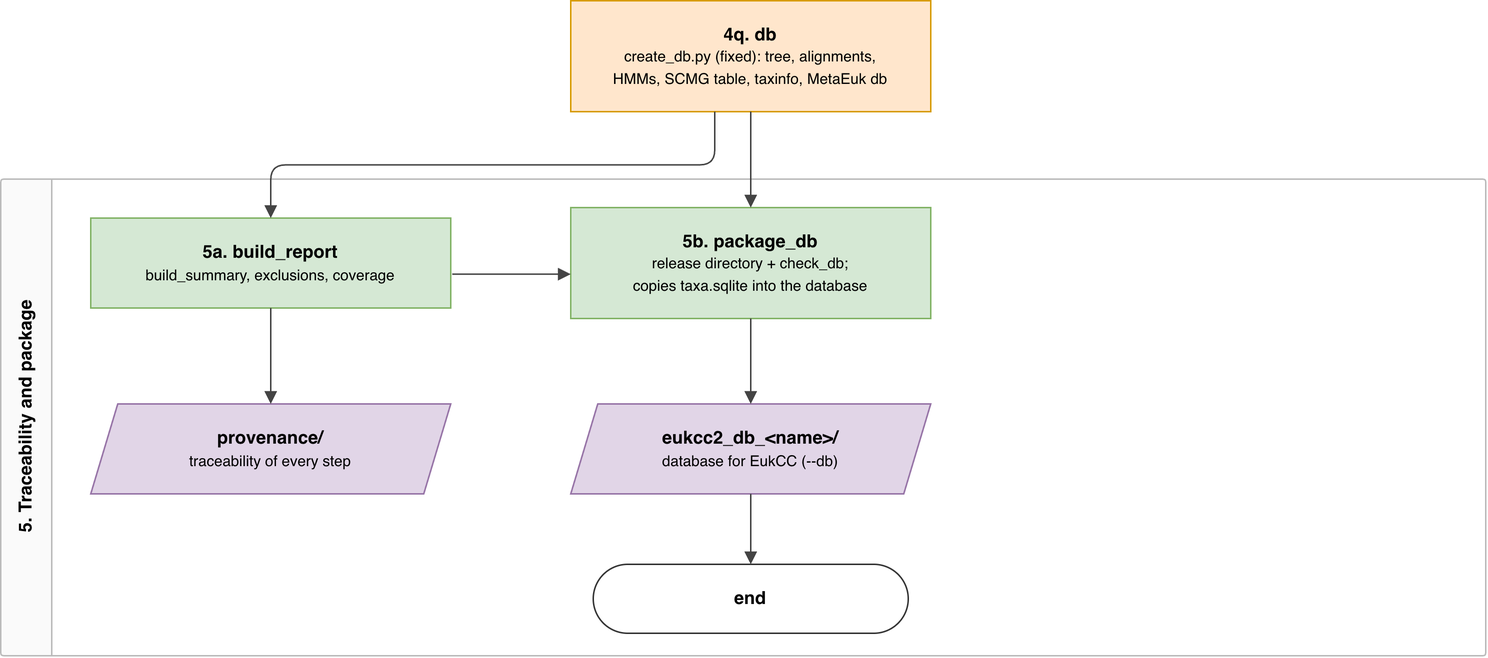
This is assets/step_5.png from EBI-Metagenomics/eukcc_db, a draw.io export, as it was before one commit. Source tidied: cells renumbered, new cells last; positions are measured from the earlier drawing's top-left corner, leaving out a move shared by most shapes. The source it was exported from:
```xml
<mxGraphModel>
  <root>
    <mxCell id="0" />
    <mxCell id="1" parent="0" />
    <mxCell id="2" value="5. Traceability and package" style="swimlane;horizontal=0;html=1;startSize=34;fillColor=#fafafa;strokeColor=#bbbbbb;fontStyle=1;fontSize=12;swimlaneFillColor=none;rounded=1;arcSize=2;" parent="1" vertex="1">
      <mxGeometry y="119" width="990" height="318" as="geometry" />
    </mxCell>
    <mxCell id="3" value="&lt;b&gt;end&lt;/b&gt;" style="rounded=1;arcSize=50;whiteSpace=wrap;html=1;fontSize=12;fillColor=#ffffff;strokeColor=#333333;" parent="2" vertex="1">
      <mxGeometry x="395" y="257" width="210" height="46" as="geometry" />
    </mxCell>
    <mxCell id="4" value="&lt;b&gt;4q. db&lt;/b&gt;&lt;br&gt;&lt;font style=&quot;font-size:10px&quot;&gt;create_db.py (fixed): tree, alignments,&lt;br&gt;HMMs, SCMG table, taxinfo, MetaEuk db&lt;/font&gt;" style="rounded=0;whiteSpace=wrap;html=1;fontSize=12;fillColor=#ffe6cc;strokeColor=#d79b00;" parent="1" vertex="1">
      <mxGeometry x="380" width="240" height="74" as="geometry" />
    </mxCell>
    <mxCell id="5" value="&lt;b&gt;5a. build_report&lt;/b&gt;&lt;br&gt;&lt;font style=&quot;font-size:10px&quot;&gt;build_summary, exclusions, coverage&lt;/font&gt;" style="rounded=0;whiteSpace=wrap;html=1;fontSize=12;fillColor=#d5e8d4;strokeColor=#82b366;" parent="1" vertex="1">
      <mxGeometry x="60" y="145" width="240" height="60" as="geometry" />
    </mxCell>
    <mxCell id="6" value="&lt;b&gt;5b. package_db&lt;/b&gt;&lt;br&gt;&lt;font style=&quot;font-size:10px&quot;&gt;release directory + check_db;&lt;br&gt;copies taxa.sqlite into the database&lt;/font&gt;" style="rounded=0;whiteSpace=wrap;html=1;fontSize=12;fillColor=#d5e8d4;strokeColor=#82b366;" parent="1" vertex="1">
      <mxGeometry x="380" y="138" width="240" height="74" as="geometry" />
    </mxCell>
    <mxCell id="7" value="&lt;b&gt;provenance/&lt;/b&gt;&lt;br&gt;&lt;font style=&quot;font-size:10px&quot;&gt;traceability of every step&lt;/font&gt;" style="shape=parallelogram;perimeter=parallelogramPerimeter;whiteSpace=wrap;html=1;fixedSize=1;size=18;fontSize=12;fillColor=#e1d5e7;strokeColor=#9673a6;" parent="1" vertex="1">
      <mxGeometry x="60" y="269" width="240" height="60" as="geometry" />
    </mxCell>
    <mxCell id="8" value="&lt;b&gt;eukcc2_db_&amp;lt;name&amp;gt;/&lt;/b&gt;&lt;br&gt;&lt;font style=&quot;font-size:10px&quot;&gt;database for EukCC (--db)&lt;/font&gt;" style="shape=parallelogram;perimeter=parallelogramPerimeter;whiteSpace=wrap;html=1;fixedSize=1;size=18;fontSize=12;fillColor=#e1d5e7;strokeColor=#9673a6;" parent="1" vertex="1">
      <mxGeometry x="380" y="269" width="240" height="60" as="geometry" />
    </mxCell>
    <mxCell id="9" style="edgeStyle=orthogonalEdgeStyle;rounded=1;html=1;endArrow=block;endFill=1;strokeColor=#444444;fontSize=10;exitX=0.5;exitY=1;exitDx=0;exitDy=0;entryX=0.5000;entryY=0.0000;entryDx=0;entryDy=0;labelBackgroundColor=#ffffff;" parent="1" edge="1" source="4" target="6">
      <mxGeometry relative="1" as="geometry" />
    </mxCell>
    <mxCell id="10" style="edgeStyle=orthogonalEdgeStyle;rounded=1;html=1;endArrow=block;endFill=1;strokeColor=#444444;fontSize=10;exitX=0.4000;exitY=1.0000;exitDx=0;exitDy=0;entryX=0.5000;entryY=0.0000;entryDx=0;entryDy=0;labelBackgroundColor=#ffffff;" parent="1" edge="1" source="4" target="5">
      <mxGeometry relative="1" as="geometry" />
    </mxCell>
    <mxCell id="11" style="edgeStyle=orthogonalEdgeStyle;rounded=1;html=1;endArrow=block;endFill=1;strokeColor=#444444;fontSize=10;entryX=0.0000;entryY=0.6000;entryDx=0;entryDy=0;labelBackgroundColor=#ffffff;" parent="1" edge="1" target="6">
      <mxGeometry relative="1" as="geometry">
        <mxPoint x="301" y="182.4" as="sourcePoint" />
      </mxGeometry>
    </mxCell>
    <mxCell id="12" style="edgeStyle=none;rounded=1;html=1;endArrow=block;endFill=1;strokeColor=#444444;fontSize=10;exitX=0.5000;exitY=1.0000;exitDx=0;exitDy=0;entryX=0.5000;entryY=0.0000;entryDx=0;entryDy=0;labelBackgroundColor=#ffffff;" parent="1" edge="1" source="5" target="7">
      <mxGeometry relative="1" as="geometry" />
    </mxCell>
    <mxCell id="13" style="edgeStyle=none;rounded=1;html=1;endArrow=block;endFill=1;strokeColor=#444444;fontSize=10;exitX=0.5000;exitY=1.0000;exitDx=0;exitDy=0;entryX=0.5000;entryY=0.0000;entryDx=0;entryDy=0;labelBackgroundColor=#ffffff;" parent="1" edge="1" source="6" target="8">
      <mxGeometry relative="1" as="geometry" />
    </mxCell>
    <mxCell id="14" style="edgeStyle=none;rounded=1;html=1;endArrow=block;endFill=1;strokeColor=#444444;fontSize=10;exitX=0.5000;exitY=1.0000;exitDx=0;exitDy=0;entryX=0.5000;entryY=0.0000;entryDx=0;entryDy=0;labelBackgroundColor=#ffffff;" parent="1" edge="1" source="8" target="3">
      <mxGeometry relative="1" as="geometry" />
    </mxCell>
  </root>
</mxGraphModel>
```
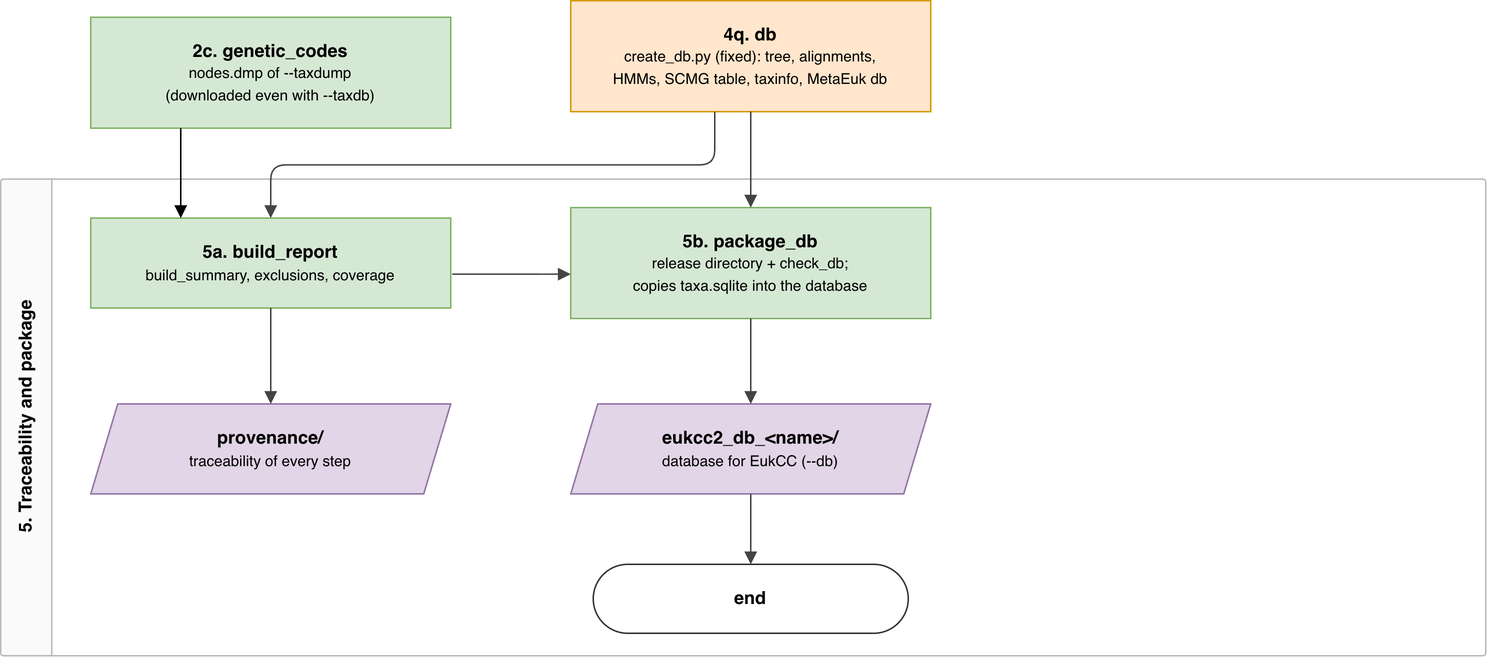
After the change.

Commit message:
remove custom genetic code to have the same logic as eukcc cli

The edit, as a diff of the source:
```diff
@@ -43,5 +43,11 @@
     <mxCell id="14" style="edgeStyle=none;rounded=1;html=1;endArrow=block;endFill=1;strokeColor=#444444;fontSize=10;exitX=0.5000;exitY=1.0000;exitDx=0;exitDy=0;entryX=0.5000;entryY=0.0000;entryDx=0;entryDy=0;labelBackgroundColor=#ffffff;" parent="1" edge="1" source="8" target="3">
       <mxGeometry relative="1" as="geometry" />
     </mxCell>
+    <mxCell id="15" value="&lt;b&gt;2c. genetic_codes&lt;/b&gt;&lt;br&gt;&lt;font style=&quot;font-size:10px&quot;&gt;nodes.dmp of --taxdump&lt;br&gt;(downloaded even with --taxdb)&lt;/font&gt;" style="rounded=0;whiteSpace=wrap;html=1;fontSize=12;fillColor=#d5e8d4;strokeColor=#82b366;" parent="1" vertex="1">
+      <mxGeometry x="60" y="11" width="240" height="74" as="geometry" />
+    </mxCell>
+    <mxCell id="16" style="rounded=1;html=1;endArrow=block;endFill=1;strokeColor=light-dark(#000000, #446e2c);fontSize=10;exitX=0.25;exitY=1;exitDx=0;exitDy=0;entryX=0.25;entryY=0;entryDx=0;entryDy=0;labelBackgroundColor=#ffffff;edgeStyle=orthogonalEdgeStyle;fillColor=#d5e8d4;" parent="1" edge="1" source="15" target="5">
+      <mxGeometry x="0.37" relative="1" as="geometry" />
+    </mxCell>
   </root>
 </mxGraphModel>
```
